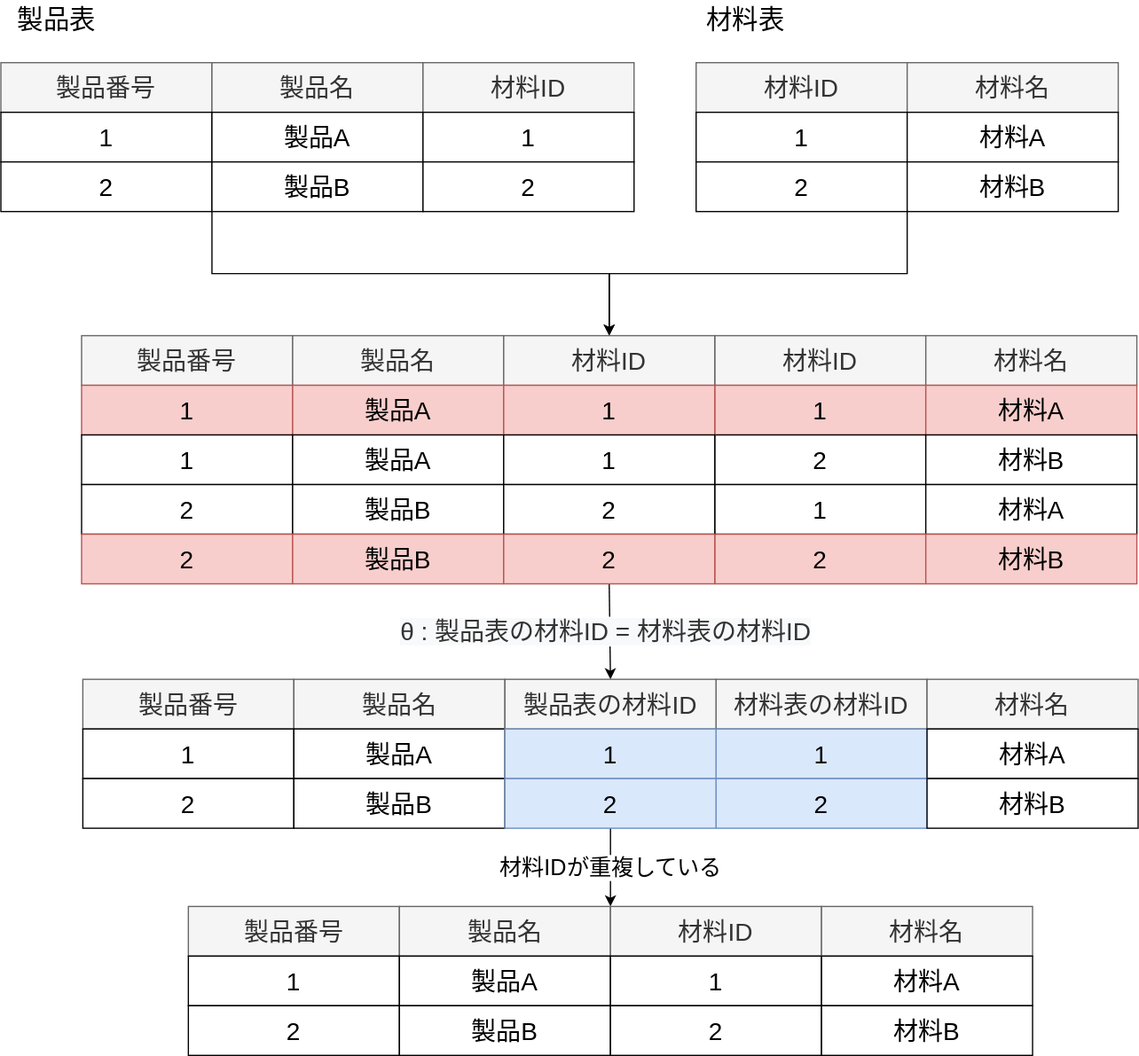
Earlier version of the draw.io export static/img/svg/Database/relational-data-model/relational-data-model-13.drawio.svg (koseki2580/study-docs). Source tidied: cells renumbered, new cells last; positions are measured from the earlier drawing's top-left corner, leaving out a move shared by most shapes.
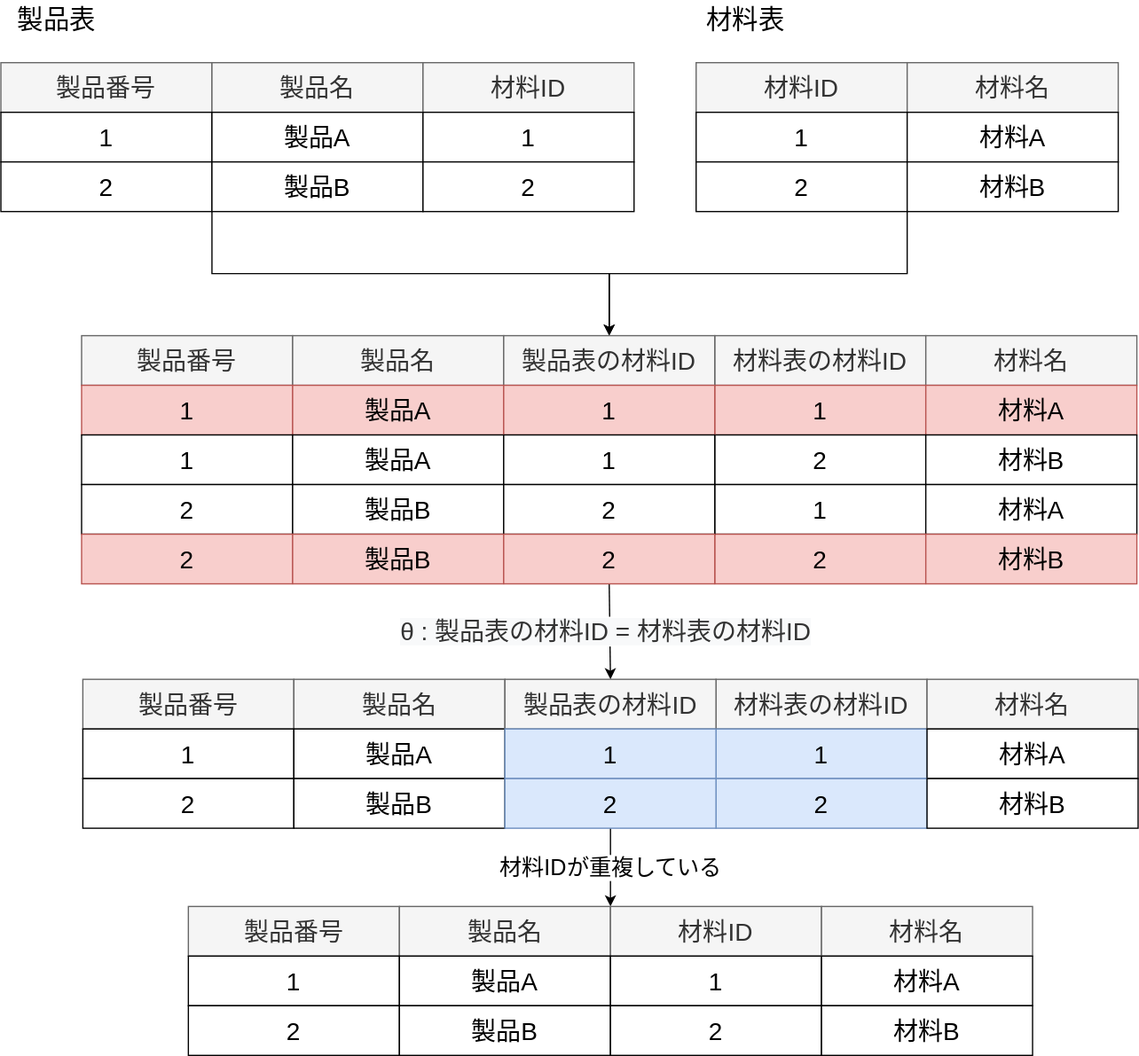
The same diagram one commit later.

Change to the diagram source:
```diff
@@ -57,7 +57,7 @@
     <mxCell id="16" value="製品名" style="rounded=0;whiteSpace=wrap;html=1;fontSize=20;fillColor=#f5f5f5;fontColor=#333333;strokeColor=#666666;" parent="1" vertex="1">
       <mxGeometry x="235" y="270" width="170" height="40" as="geometry" />
     </mxCell>
-    <mxCell id="17" value="材料ID" style="rounded=0;whiteSpace=wrap;html=1;fontSize=20;fillColor=#f5f5f5;fontColor=#333333;strokeColor=#666666;" parent="1" vertex="1">
+    <mxCell id="17" value="材料表の材料ID" style="rounded=0;whiteSpace=wrap;html=1;fontSize=20;fillColor=#f5f5f5;fontColor=#333333;strokeColor=#666666;" parent="1" vertex="1">
       <mxGeometry x="575" y="270" width="170" height="40" as="geometry" />
     </mxCell>
     <mxCell id="18" value="1" style="rounded=0;whiteSpace=wrap;html=1;fontSize=20;fillColor=#f8cecc;strokeColor=#b85450;" parent="1" vertex="1">
@@ -171,7 +171,7 @@
     <mxCell id="54" value="2" style="rounded=0;whiteSpace=wrap;html=1;fontSize=20;" parent="1" vertex="1">
       <mxGeometry x="340" y="130" width="170" height="40" as="geometry" />
     </mxCell>
-    <mxCell id="55" value="材料ID" style="rounded=0;whiteSpace=wrap;html=1;fontSize=20;fillColor=#f5f5f5;fontColor=#333333;strokeColor=#666666;" parent="1" vertex="1">
+    <mxCell id="55" value="製品表の材料ID" style="rounded=0;whiteSpace=wrap;html=1;fontSize=20;fillColor=#f5f5f5;fontColor=#333333;strokeColor=#666666;" parent="1" vertex="1">
       <mxGeometry x="405" y="270" width="170" height="40" as="geometry" />
     </mxCell>
     <mxCell id="56" value="1" style="rounded=0;whiteSpace=wrap;html=1;fontSize=20;fillColor=#f8cecc;strokeColor=#b85450;" parent="1" vertex="1">
```
